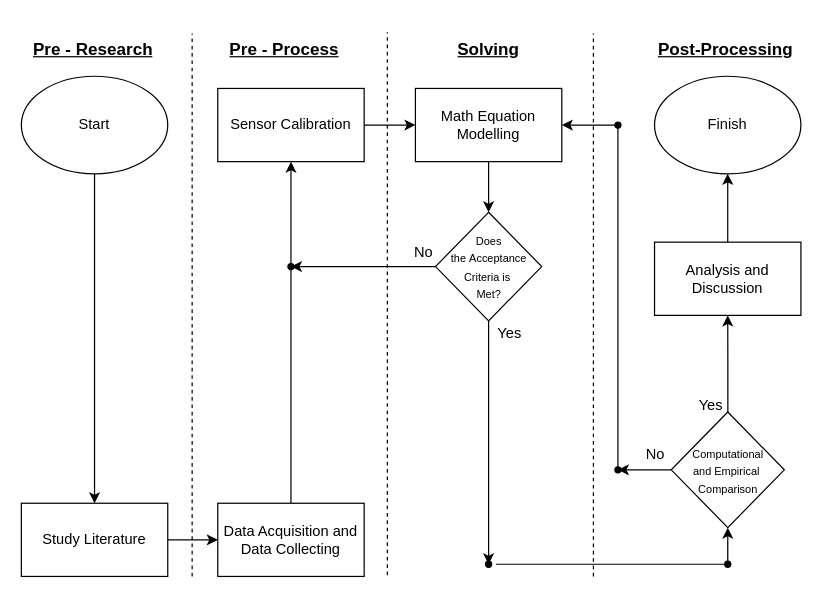
BiggusMaximus/Solar-Panel-Monitoring keeps this draw.io diagram as Research_Diagram.drawio. Above is the earlier version. Source tidied: cells renumbered, new cells numbered last; positions are measured from the earlier drawing's top-left corner, leaving out a move shared by most shapes. Both pictures are drawn from the tidied source at 122%, with x=0, y=0 at pixel (21, 32).
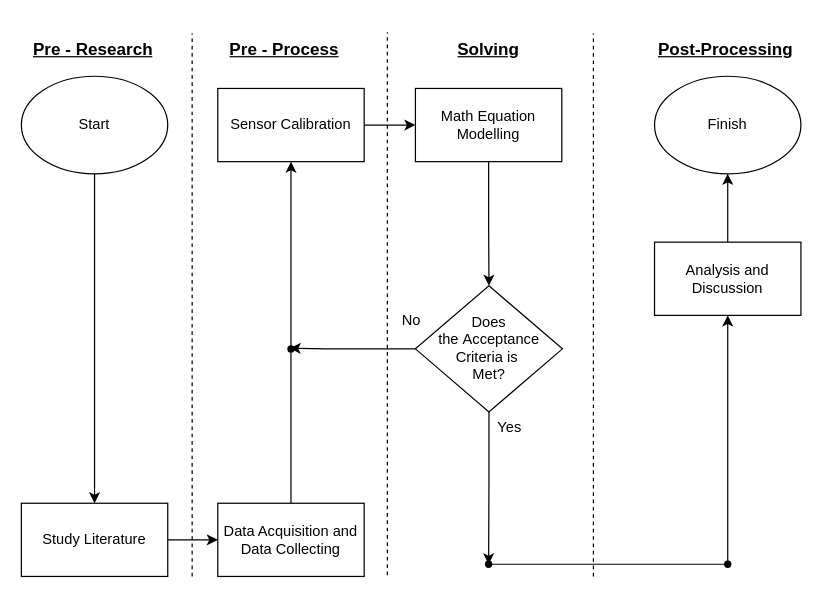
After the change.

The change refers to these unchanged cells:
```xml
<mxCell id="11" value="Math Equation&lt;br&gt;Modelling" style="whiteSpace=wrap;html=1;" parent="1" vertex="1">
  <mxGeometry x="323" y="46" width="120" height="60" as="geometry" />
</mxCell>
<mxCell id="28" value="Analysis and Discussion" style="whiteSpace=wrap;html=1;" parent="1" vertex="1">
  <mxGeometry x="519" y="172" width="120" height="60" as="geometry" />
</mxCell>
<mxCell id="31" style="shape=waypoint;sketch=0;fillStyle=solid;size=6;points=[];fillColor=none;perimeter=centerPerimeter;snapToPoint=1;fontSize=9;" parent="1" vertex="1">
  <mxGeometry x="363" y="416" width="40" height="40" as="geometry" />
</mxCell>
<mxCell id="33" style="shape=waypoint;sketch=0;fillStyle=solid;size=6;points=[];fillColor=none;perimeter=centerPerimeter;snapToPoint=1;fontSize=9;" parent="1" vertex="1">
  <mxGeometry x="559" y="416" width="40" height="40" as="geometry" />
</mxCell>
```

The edit, as a diff of the source:
```diff
@@
-    <mxCell id="12" style="edgeStyle=orthogonalEdgeStyle;rounded=0;jettySize=auto;html=1;" parent="1" edge="1" source="14" target="18">
-      <mxGeometry relative="1" as="geometry" />
+    <mxCell id="12" style="edgeStyle=orthogonalEdgeStyle;rounded=0;jettySize=auto;html=1;" parent="1" edge="1" source="14">
+      <mxGeometry relative="1" as="geometry">
+        <mxPoint x="220" y="259" as="targetPoint" />
+        <Array as="points">
+          <mxPoint x="250" y="259" />
+          <mxPoint x="190" y="259" />
+        </Array>
+      </mxGeometry>
     </mxCell>
@@
-    <mxCell id="14" value="&lt;font style=&quot;font-size: 9px;&quot;&gt;Does &lt;br&gt;the&amp;nbsp;Acceptance&lt;br&gt;Criteria is&amp;nbsp;&lt;br&gt;Met?&lt;br&gt;&lt;/font&gt;" style="rhombus;whiteSpace=wrap;html=1;" parent="1" vertex="1">
-      <mxGeometry x="339.5" y="147.5" width="87" height="89" as="geometry" />
+    <mxCell id="14" value="&lt;font style=&quot;font-size: 12px;&quot;&gt;Does &lt;br&gt;the&amp;nbsp;Acceptance&lt;br&gt;Criteria is&amp;nbsp;&lt;br&gt;Met?&lt;br&gt;&lt;/font&gt;" style="rhombus;whiteSpace=wrap;html=1;" parent="1" vertex="1">
+      <mxGeometry x="323" y="207.7" width="120.5" height="103.5" as="geometry" />
     </mxCell>
-    <mxCell id="15" style="edgeStyle=orthogonalEdgeStyle;rounded=0;jettySize=auto;html=1;" parent="1" edge="1" source="17" target="23">
-      <mxGeometry relative="1" as="geometry" />
-    </mxCell>
-    <mxCell id="16" style="edgeStyle=orthogonalEdgeStyle;rounded=0;jettySize=auto;html=1;fontSize=9;" parent="1" edge="1" source="17" target="28">
+    <mxCell id="16" style="edgeStyle=orthogonalEdgeStyle;rounded=0;jettySize=auto;html=1;fontSize=9;" parent="1" edge="1" source="33" target="28">
       <mxGeometry relative="1" as="geometry" />
     </mxCell>
-    <mxCell id="17" value="&lt;font style=&quot;font-size: 9px;&quot;&gt;Computational&lt;br&gt;and Empirical&amp;nbsp;&lt;br&gt;Comparison&lt;/font&gt;" style="rhombus;whiteSpace=wrap;html=1;" parent="1" vertex="1">
-      <mxGeometry x="532.7" y="311.2" width="92.7" height="94.8" as="geometry" />
-    </mxCell>
     <mxCell id="18" style="shape=waypoint;sketch=0;fillStyle=solid;size=6;points=[];fillColor=none;perimeter=centerPerimeter;snapToPoint=1;" parent="1" vertex="1">
-      <mxGeometry x="201" y="172" width="40" height="40" as="geometry" />
+      <mxGeometry x="201" y="239.5" width="40" height="40" as="geometry" />
     </mxCell>
@@
     <mxCell id="20" value="Yes&lt;span style=&quot;white-space: pre;&quot;&gt;&#9;&lt;/span&gt;" style="text;html=1;strokeColor=none;fillColor=none;align=center;verticalAlign=middle;whiteSpace=wrap;rounded=0;" parent="1" vertex="1">
-      <mxGeometry x="374" y="232" width="60" height="30" as="geometry" />
+      <mxGeometry x="374" y="308.6" width="60" height="30" as="geometry" />
     </mxCell>
     <mxCell id="21" value="No" style="text;html=1;strokeColor=none;fillColor=none;align=center;verticalAlign=middle;whiteSpace=wrap;rounded=0;" parent="1" vertex="1">
-      <mxGeometry x="300" y="166" width="60" height="30" as="geometry" />
+      <mxGeometry x="290" y="221" width="60" height="30" as="geometry" />
     </mxCell>
-    <mxCell id="22" style="endArrow=none;html=1;rounded=0;exitX=0.467;exitY=0.553;exitDx=0;exitDy=0;exitPerimeter=0;" parent="1" edge="1" source="23">
-      <mxGeometry relative="1" as="geometry">
-        <mxPoint x="489" y="76" as="targetPoint" />
-      </mxGeometry>
-    </mxCell>
-    <mxCell id="23" style="shape=waypoint;sketch=0;fillStyle=solid;size=6;points=[];fillColor=none;perimeter=centerPerimeter;snapToPoint=1;" parent="1" vertex="1">
-      <mxGeometry x="469" y="338.6" width="40" height="40" as="geometry" />
-    </mxCell>
-    <mxCell id="24" style="edgeStyle=orthogonalEdgeStyle;rounded=0;jettySize=auto;html=1;" parent="1" edge="1" source="25" target="11">
-      <mxGeometry relative="1" as="geometry" />
-    </mxCell>
-    <mxCell id="25" style="shape=waypoint;sketch=0;fillStyle=solid;size=6;points=[];fillColor=none;perimeter=centerPerimeter;snapToPoint=1;" parent="1" vertex="1">
-      <mxGeometry x="469" y="56" width="40" height="40" as="geometry" />
-    </mxCell>
-    <mxCell id="26" value="No" style="text;html=1;strokeColor=none;fillColor=none;align=center;verticalAlign=middle;whiteSpace=wrap;rounded=0;" parent="1" vertex="1">
-      <mxGeometry x="490" y="331" width="60" height="30" as="geometry" />
-    </mxCell>
@@
-    <mxCell id="30" style="endArrow=none;html=1;rounded=0;fontSize=9;" parent="1" edge="1" target="33">
-      <mxGeometry relative="1" as="geometry">
-        <mxPoint x="389" y="436" as="sourcePoint" />
-      </mxGeometry>
+    <mxCell id="30" style="endArrow=none;html=1;rounded=0;fontSize=9;entryX=0.488;entryY=0.45;entryDx=0;entryDy=0;entryPerimeter=0;exitX=0.45;exitY=0.513;exitDx=0;exitDy=0;exitPerimeter=0;" parent="1" edge="1" source="31" target="33">
+      <mxGeometry relative="1" as="geometry" />
     </mxCell>
@@
-    <mxCell id="32" style="edgeStyle=orthogonalEdgeStyle;rounded=0;jettySize=auto;html=1;fontSize=9;entryX=0.5;entryY=1;entryDx=0;entryDy=0;" parent="1" edge="1" source="33" target="17">
-      <mxGeometry relative="1" as="geometry" />
-    </mxCell>
@@
-    <mxCell id="34" value="Yes&lt;span style=&quot;white-space: pre;&quot;&gt;&#9;&lt;/span&gt;" style="text;html=1;strokeColor=none;fillColor=none;align=center;verticalAlign=middle;whiteSpace=wrap;rounded=0;" parent="1" vertex="1">
-      <mxGeometry x="539" y="291" width="60" height="30" as="geometry" />
-    </mxCell>
```
